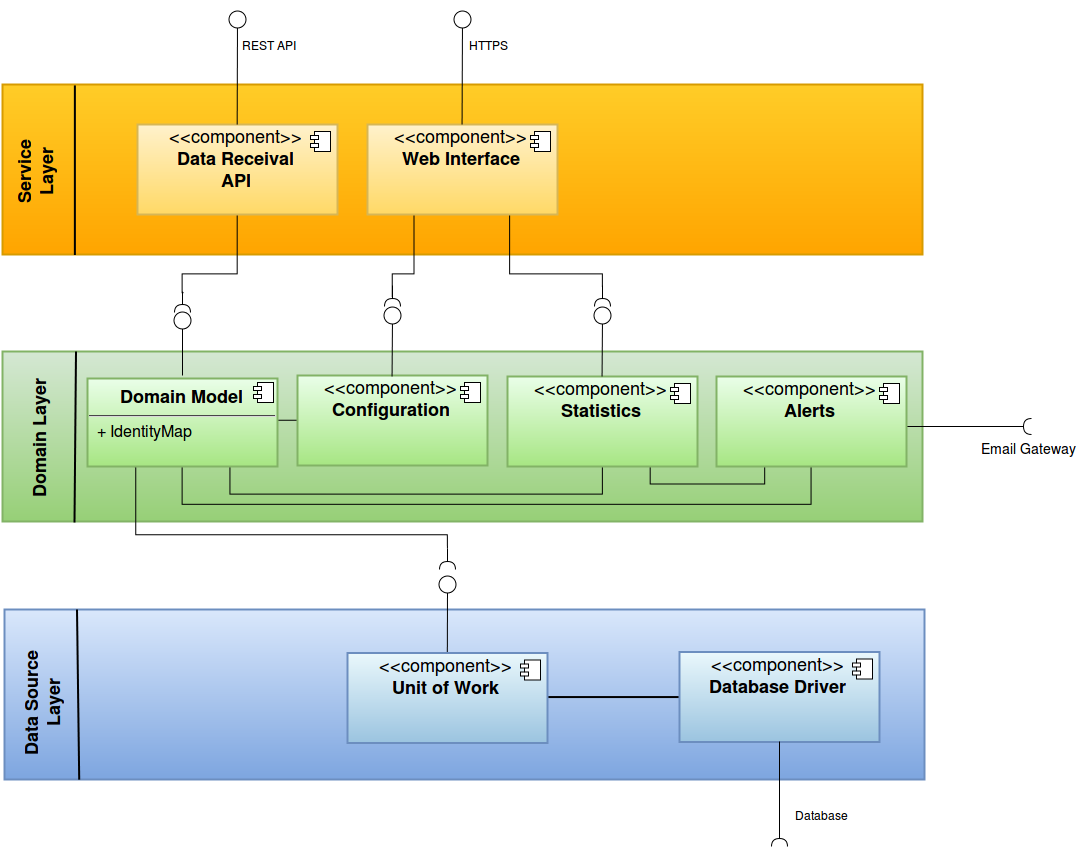
Above: 7-software/images/Layers.png in imjoris/SoftwarePatternsGroup2 (draw.io), before the change. Source tidied: cells renumbered, new cells last; positions are measured from the earlier drawing's top-left corner, leaving out a move shared by most shapes.
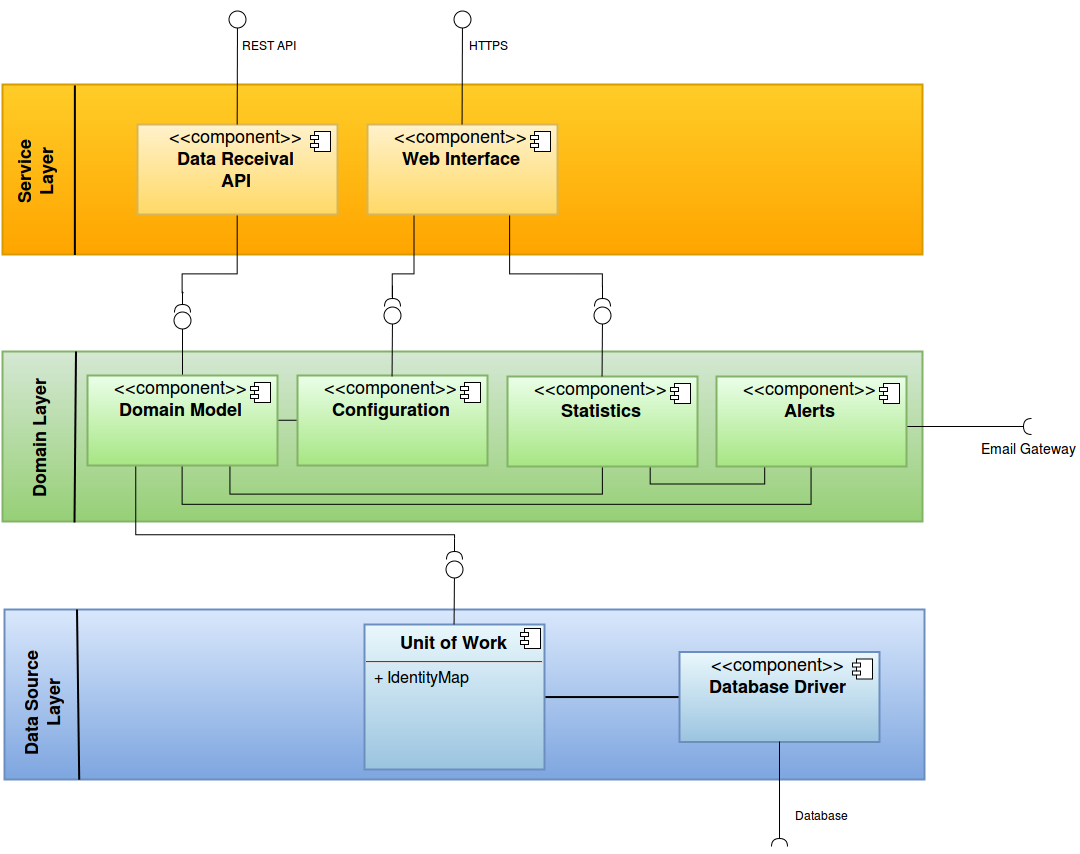
Above is the later version.

Commit message:
Unit of Work in elaborated model

What changed in the source:
```diff
@@ -51,11 +51,17 @@
         <mxPoint x="-27" y="7" as="offset" />
       </mxGeometry>
     </mxCell>
-    <mxCell id="14" style="edgeStyle=orthogonalEdgeStyle;rounded=0;html=1;exitX=1;exitY=0.5;entryX=0;entryY=0.5;startArrow=none;startFill=0;startSize=8;endArrow=none;endFill=0;endSize=37;strokeColor=#000000;strokeWidth=2;" parent="1" edge="1" target="15">
-      <mxGeometry relative="1" as="geometry">
-        <mxPoint x="541.9" y="677.6" as="sourcePoint" />
-      </mxGeometry>
+    <mxCell id="14" style="edgeStyle=orthogonalEdgeStyle;rounded=0;html=1;exitX=1;exitY=0.5;entryX=0;entryY=0.5;startArrow=none;startFill=0;startSize=8;endArrow=none;endFill=0;endSize=37;strokeColor=#000000;strokeWidth=2;" parent="1" edge="1" source="52" target="15">
+      <mxGeometry relative="1" as="geometry" />
     </mxCell>
+    <mxCell id="52" value="&lt;p style=&quot;margin: 0px ; margin-top: 6px ; text-align: center&quot;&gt;&lt;font style=&quot;font-size: 14px&quot;&gt;&lt;b&gt;&lt;font style=&quot;font-size: 18px&quot;&gt;Unit of Work&lt;/font&gt;&lt;br&gt;&lt;/b&gt;&lt;/font&gt;&lt;/p&gt;&lt;hr&gt;&lt;p style=&quot;margin: 0px ; margin-left: 8px&quot;&gt;&lt;font size=&quot;3&quot;&gt;+ IdentityMap&lt;/font&gt;&lt;br&gt;&lt;/p&gt;" style="align=left;overflow=fill;html=1;rounded=0;shadow=0;glass=0;strokeWidth=2;plain-blue;fillColor=#EAF8FC;gradientColor=#9BC4E0;" parent="1" vertex="1">
+      <mxGeometry x="362" y="605" width="180" height="145" as="geometry" />
+    </mxCell>
+    <mxCell id="53" style="shape=component;jettyWidth=8;jettyHeight=4;" parent="52" vertex="1">
+      <mxGeometry x="1" width="20" height="20" relative="1" as="geometry">
+        <mxPoint x="-24" y="4" as="offset" />
+      </mxGeometry>
+    </mxCell>
     <mxCell id="15" value="&lt;font style=&quot;font-size: 18px&quot;&gt;&amp;lt;&amp;lt;component&amp;gt;&amp;gt;&lt;br&gt;&lt;b&gt;Database Driver&lt;br&gt;&lt;/b&gt;&lt;/font&gt;" style="overflow=fill;html=1;rounded=0;shadow=0;glass=0;strokeColor=#6C8EBF;strokeWidth=2;fillColor=#EAF8FC;gradientColor=#9BC4E0;" parent="1" vertex="1">
       <mxGeometry x="677" y="632.5" width="200" height="90" as="geometry" />
     </mxCell>
@@ -89,9 +95,8 @@
         <mxPoint x="-27" y="7" as="offset" />
       </mxGeometry>
     </mxCell>
-    <mxCell id="21" style="edgeStyle=orthogonalEdgeStyle;rounded=0;html=1;exitX=0.5;exitY=1;entryX=0.75;entryY=1;startArrow=none;startFill=0;startSize=11;endArrow=none;endFill=0;endSize=17;strokeColor=#000000;strokeWidth=1;" parent="1" edge="1" source="23">
+    <mxCell id="21" style="edgeStyle=orthogonalEdgeStyle;rounded=0;html=1;exitX=0.5;exitY=1;entryX=0.75;entryY=1;startArrow=none;startFill=0;startSize=11;endArrow=none;endFill=0;endSize=17;strokeColor=#000000;strokeWidth=1;" parent="1" edge="1" source="23" target="55">
       <mxGeometry relative="1" as="geometry">
-        <mxPoint x="227.4" y="445.7" as="targetPoint" />
         <Array as="points">
           <mxPoint x="600" y="475" />
           <mxPoint x="227" y="475" />
@@ -131,9 +136,8 @@
     <mxCell id="28" value="&lt;font style=&quot;font-size: 14px&quot;&gt;Email Gateway&lt;br&gt;&lt;/font&gt;" style="text;html=1;strokeColor=none;fillColor=none;align=center;verticalAlign=middle;whiteSpace=wrap;overflow=hidden;rounded=0;shadow=0;glass=0;" parent="1" vertex="1">
       <mxGeometry x="974" y="417" width="102" height="20" as="geometry" />
     </mxCell>
-    <mxCell id="29" style="edgeStyle=orthogonalEdgeStyle;rounded=0;html=1;exitX=0.5;exitY=1;entryX=0.5;entryY=1;startArrow=none;startFill=0;startSize=11;endArrow=none;endFill=0;endSize=17;strokeColor=#000000;strokeWidth=1;" parent="1" edge="1" source="30">
+    <mxCell id="29" style="edgeStyle=orthogonalEdgeStyle;rounded=0;html=1;exitX=0.5;exitY=1;entryX=0.5;entryY=1;startArrow=none;startFill=0;startSize=11;endArrow=none;endFill=0;endSize=17;strokeColor=#000000;strokeWidth=1;" parent="1" edge="1" source="30" target="55">
       <mxGeometry relative="1" as="geometry">
-        <mxPoint x="179.6" y="445.7" as="targetPoint" />
         <Array as="points">
           <mxPoint x="809" y="485" />
           <mxPoint x="180" y="485" />
@@ -160,18 +164,17 @@
     <mxCell id="35" value="Database" style="text;html=1;strokeColor=none;fillColor=none;align=center;verticalAlign=middle;whiteSpace=wrap;overflow=hidden;rounded=0;shadow=0;glass=0;" parent="1" vertex="1">
       <mxGeometry x="767" y="785" width="102" height="20" as="geometry" />
     </mxCell>
-    <mxCell id="36" style="endArrow=oval;html=1;strokeColor=#000000;strokeWidth=1;endFill=0;endSize=17;exitX=0.5;exitY=0;" parent="1" edge="1" source="50">
+    <mxCell id="36" style="endArrow=oval;html=1;strokeColor=#000000;strokeWidth=1;endFill=0;endSize=17;exitX=0.5;exitY=0;" parent="1" edge="1">
       <mxGeometry relative="1" as="geometry">
-        <mxPoint x="445" y="565" as="targetPoint" />
+        <mxPoint x="451.6" y="605" as="sourcePoint" />
+        <mxPoint x="452" y="550" as="targetPoint" />
       </mxGeometry>
     </mxCell>
     <mxCell id="37" style="shape=requires;direction=north;html=1;rounded=0;shadow=0;glass=0;strokeColor=#000000;strokeWidth=1;fillColor=#EAFFE9;gradientColor=#A7E683;rotation=-90;" parent="1" vertex="1">
-      <mxGeometry x="432" y="532" width="26" height="20" as="geometry" />
+      <mxGeometry x="439" y="522" width="26" height="20" as="geometry" />
     </mxCell>
-    <mxCell id="38" style="edgeStyle=orthogonalEdgeStyle;rounded=0;html=1;exitX=0;exitY=0.5;entryX=1;entryY=0.5;startArrow=none;startFill=0;startSize=11;endArrow=none;endFill=0;endSize=17;strokeColor=#000000;strokeWidth=1;" parent="1" edge="1" source="39">
-      <mxGeometry relative="1" as="geometry">
-        <mxPoint x="275.3" y="400.7" as="targetPoint" />
-      </mxGeometry>
+    <mxCell id="38" style="edgeStyle=orthogonalEdgeStyle;rounded=0;html=1;exitX=0;exitY=0.5;entryX=1;entryY=0.5;startArrow=none;startFill=0;startSize=11;endArrow=none;endFill=0;endSize=17;strokeColor=#000000;strokeWidth=1;" parent="1" edge="1" source="39" target="55">
+      <mxGeometry relative="1" as="geometry" />
     </mxCell>
     <mxCell id="39" value="&lt;font style=&quot;font-size: 18px&quot;&gt;&amp;lt;&amp;lt;component&amp;gt;&amp;gt;&lt;br&gt;&lt;b&gt;Configuration&lt;br&gt;&lt;/b&gt;&lt;/font&gt;" style="overflow=fill;html=1;rounded=0;shadow=0;glass=0;strokeWidth=2;plain-green;fillColor=#EAFFE9;gradientColor=#A7E683;" parent="1" vertex="1">
       <mxGeometry x="295" y="356" width="190" height="90" as="geometry" />
@@ -196,6 +199,22 @@
     <mxCell id="43" style="shape=requires;direction=north;html=1;rounded=0;shadow=0;glass=0;strokeColor=#000000;strokeWidth=1;fillColor=#EAFFE9;gradientColor=#A7E683;rotation=-90;" parent="1" vertex="1">
       <mxGeometry x="167" y="275" width="26" height="20" as="geometry" />
     </mxCell>
+    <mxCell id="54" style="edgeStyle=orthogonalEdgeStyle;rounded=0;html=1;exitX=0.25;exitY=1;startArrow=none;startFill=0;startSize=11;endArrow=none;endFill=0;endSize=17;strokeColor=#000000;strokeWidth=1;" parent="1" edge="1" source="55" target="37">
+      <mxGeometry relative="1" as="geometry">
+        <Array as="points">
+          <mxPoint x="133" y="515" />
+          <mxPoint x="452" y="515" />
+        </Array>
+      </mxGeometry>
+    </mxCell>
+    <mxCell id="55" value="&lt;font style=&quot;font-size: 18px&quot;&gt;&amp;lt;&amp;lt;component&amp;gt;&amp;gt;&lt;br&gt;&lt;b&gt;Domain Model&lt;br&gt;&lt;/b&gt;&lt;/font&gt;" style="overflow=fill;html=1;rounded=0;shadow=0;glass=0;strokeWidth=2;plain-green;fillColor=#EAFFE9;gradientColor=#A7E683;" parent="1" vertex="1">
+      <mxGeometry x="85" y="356" width="190" height="90" as="geometry" />
+    </mxCell>
+    <mxCell id="56" style="shape=component;jettyWidth=8;jettyHeight=4;" parent="55" vertex="1">
+      <mxGeometry x="1" width="20" height="20" relative="1" as="geometry">
+        <mxPoint x="-27" y="7" as="offset" />
+      </mxGeometry>
+    </mxCell>
     <mxCell id="44" style="endArrow=oval;html=1;strokeColor=#000000;strokeWidth=1;endFill=0;endSize=17;exitX=0.5;exitY=0;" parent="1" edge="1">
       <mxGeometry x="624.6" y="587" as="geometry">
         <mxPoint x="599.6" y="357" as="sourcePoint" />
@@ -208,29 +227,5 @@
     <mxCell id="46" style="shape=requires;direction=north;html=1;rounded=0;shadow=0;glass=0;strokeColor=#000000;strokeWidth=1;fillColor=#EAFFE9;gradientColor=#A7E683;rotation=-90;" parent="1" vertex="1">
       <mxGeometry x="587" y="269" width="26" height="20" as="geometry" />
     </mxCell>
-    <mxCell id="47" style="edgeStyle=orthogonalEdgeStyle;rounded=0;html=1;exitX=0.25;exitY=1;startArrow=none;startFill=0;startSize=11;endArrow=none;endFill=0;endSize=17;strokeColor=#000000;strokeWidth=1;" parent="1" edge="1" source="48" target="37">
-      <mxGeometry relative="1" as="geometry">
-        <Array as="points">
-          <mxPoint x="133" y="515" />
-          <mxPoint x="445" y="515" />
-        </Array>
-      </mxGeometry>
-    </mxCell>
-    <mxCell id="48" value="&lt;p style=&quot;margin: 0px ; margin-top: 6px ; text-align: center&quot;&gt;&lt;font style=&quot;font-size: 18px&quot;&gt;&lt;b&gt;Domain Model&lt;br&gt;&lt;/b&gt;&lt;/font&gt;&lt;/p&gt;&lt;hr&gt;&lt;p style=&quot;margin: 0px ; margin-left: 8px&quot;&gt;&lt;font size=&quot;3&quot;&gt;+ IdentityMap&lt;br&gt;&lt;/font&gt;&lt;br&gt;&lt;/p&gt;" style="align=left;overflow=fill;html=1;rounded=0;shadow=0;glass=0;strokeColor=#82B366;strokeWidth=2;fillColor=#EAFFE9;gradientColor=#A7E683;" parent="1" vertex="1">
-      <mxGeometry x="85" y="359" width="190" height="88" as="geometry" />
-    </mxCell>
-    <mxCell id="49" style="shape=component;jettyWidth=8;jettyHeight=4;" parent="48" vertex="1">
-      <mxGeometry x="1" width="20" height="20" relative="1" as="geometry">
-        <mxPoint x="-24" y="4" as="offset" />
-      </mxGeometry>
-    </mxCell>
-    <mxCell id="50" value="&lt;font style=&quot;font-size: 18px&quot;&gt;&amp;lt;&amp;lt;component&amp;gt;&amp;gt;&lt;br&gt;&lt;b&gt;Unit of Work&lt;br&gt;&lt;/b&gt;&lt;/font&gt;" style="overflow=fill;html=1;rounded=0;shadow=0;glass=0;strokeColor=#6C8EBF;strokeWidth=2;fillColor=#EAF8FC;gradientColor=#9BC4E0;" parent="1" vertex="1">
-      <mxGeometry x="345" y="633.5" width="200" height="90" as="geometry" />
-    </mxCell>
-    <mxCell id="51" style="shape=component;jettyWidth=8;jettyHeight=4;" parent="50" vertex="1">
-      <mxGeometry x="1" width="20" height="20" relative="1" as="geometry">
-        <mxPoint x="-27" y="7" as="offset" />
-      </mxGeometry>
-    </mxCell>
   </root>
 </mxGraphModel>
```
